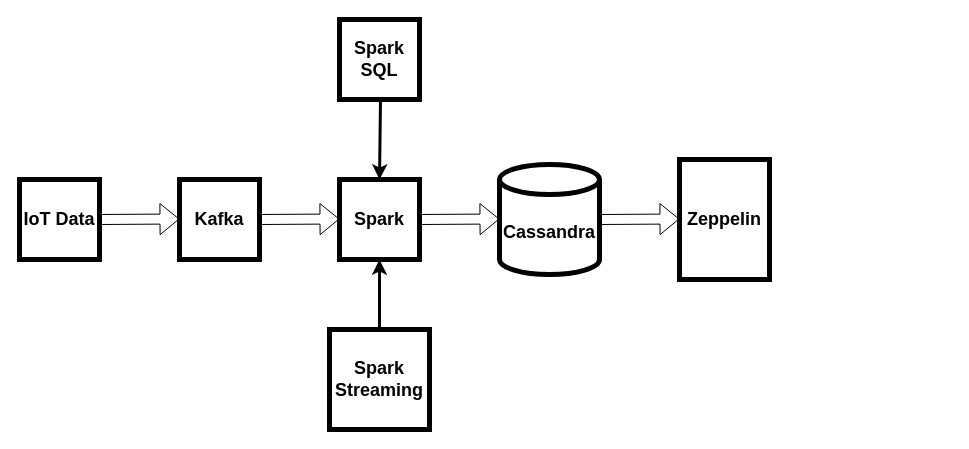
The draw.io diagram proposed-model-thesis.drawio in datdonguyen99/demoGit, before the edit. Source tidied: cells renumbered, new cells numbered last; positions are measured from the earlier drawing's top-left corner, leaving out a move shared by most shapes. Both pictures are drawn from the tidied source at 100%, with x=0, y=0 at pixel (19, 19).
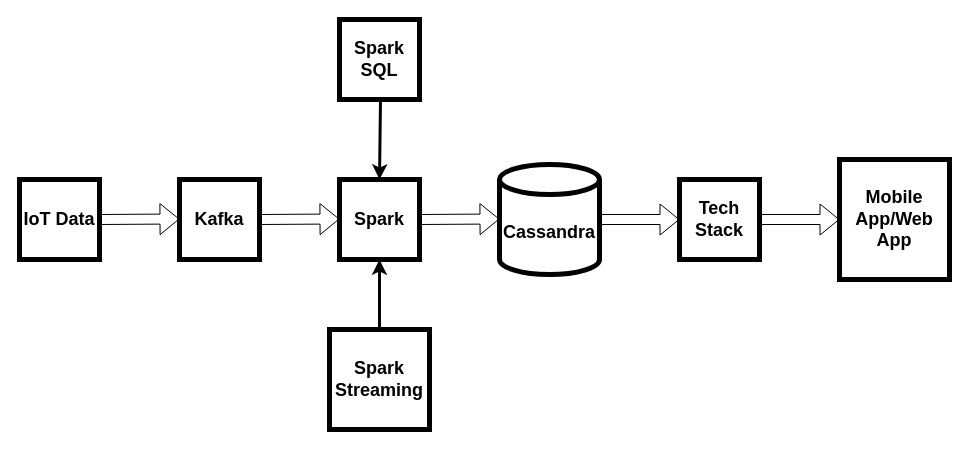
After the change.

Commit message:
Cập nhật proposed-model-thesis.drawio

Change to the diagram source:
```diff
@@
-    <mxCell id="6" value="&lt;b&gt;Zeppelin&lt;/b&gt;" style="rounded=0;whiteSpace=wrap;html=1;strokeWidth=5;fontSize=18;direction=south;" parent="1" vertex="1">
-      <mxGeometry x="660" y="140" width="90" height="120" as="geometry" />
-    </mxCell>
@@
     <mxCell id="10" style="shape=flexArrow;endArrow=classic;html=1;rounded=0;fontSize=18;exitX=1;exitY=0.5;exitDx=0;exitDy=0;" parent="1" edge="1">
       <mxGeometry relative="1" as="geometry">
         <mxPoint x="580" y="200" as="sourcePoint" />
-        <mxPoint x="660" y="199.5" as="targetPoint" />
+        <mxPoint x="660" y="200" as="targetPoint" />
       </mxGeometry>
     </mxCell>
@@
+    <mxCell id="15" value="&lt;b&gt;Mobile App/Web App&lt;/b&gt;" style="rounded=0;whiteSpace=wrap;html=1;strokeWidth=5;fontSize=18;direction=south;" parent="1" vertex="1">
+      <mxGeometry x="820" y="140" width="110" height="120" as="geometry" />
+    </mxCell>
+    <mxCell id="16" value="&lt;b&gt;&lt;font style=&quot;font-size: 18px;&quot;&gt;Tech Stack&lt;/font&gt;&lt;/b&gt;" style="whiteSpace=wrap;html=1;strokeWidth=5;" parent="1" vertex="1">
+      <mxGeometry x="660" y="160" width="80" height="80" as="geometry" />
+    </mxCell>
+    <mxCell id="17" style="shape=flexArrow;endArrow=classic;html=1;rounded=0;fontSize=18;exitX=1;exitY=0.5;exitDx=0;exitDy=0;" parent="1" edge="1">
+      <mxGeometry relative="1" as="geometry">
+        <mxPoint x="740" y="200" as="sourcePoint" />
+        <mxPoint x="820" y="200" as="targetPoint" />
+      </mxGeometry>
+    </mxCell>
```
